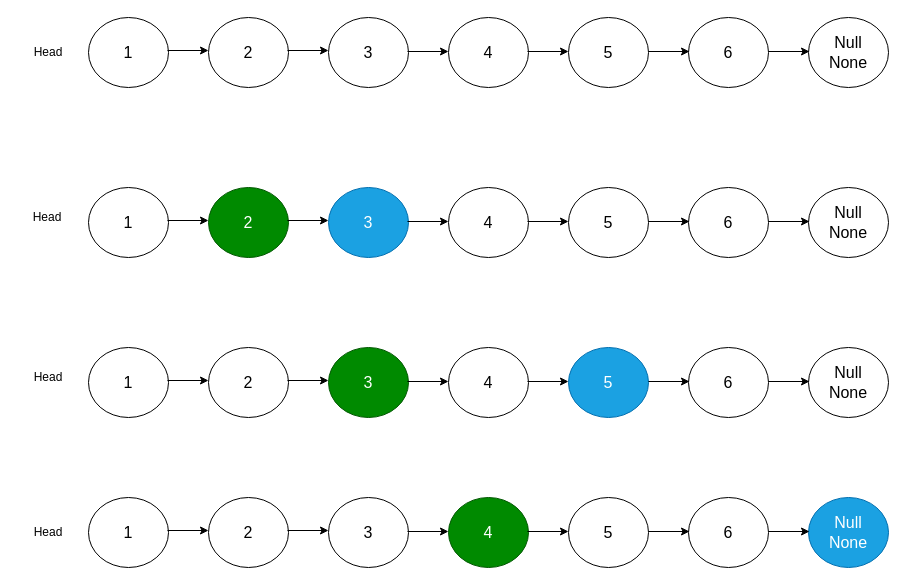
brianchiang-tw/leetcode keeps this draw.io diagram as Maximum Twin Sum of a Linked List.drawio. Above is the earlier version. Source tidied: cells renumbered, new cells numbered last; positions are measured from the earlier drawing's top-left corner, leaving out a move shared by most shapes. Both pictures are drawn from the tidied source at 100%, with x=0, y=0 at pixel (17, 17).
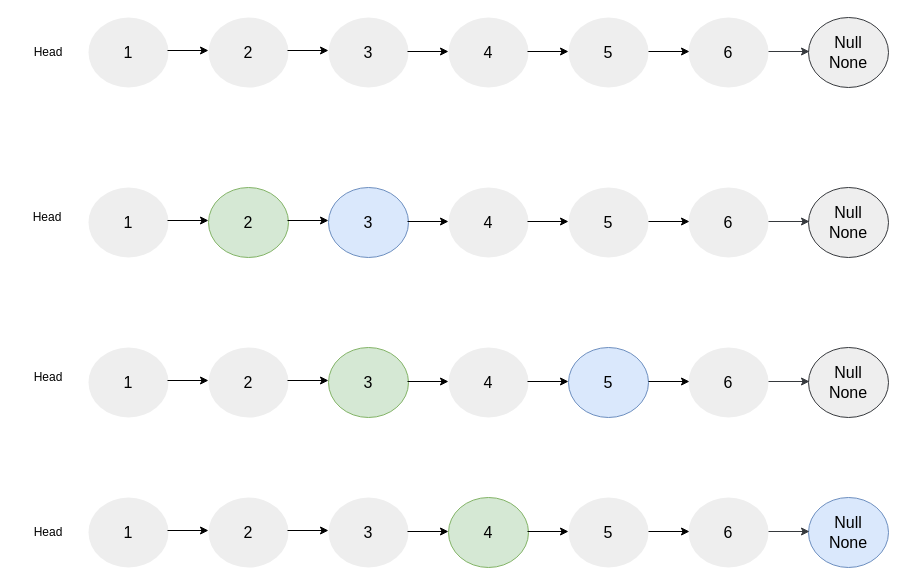
The same diagram, later.

Diff of the diagram source:
```diff
@@
-<mxGraphModel>
+<mxGraphModel background="#ffffff">
@@
-    <mxCell id="2" style="group;" parent="1" vertex="1">
+    <mxCell id="2" style="group;strokeColor=none;fillColor=none;fontColor=#000000;" parent="1" vertex="1">
       <mxGeometry x="71" y="170" width="680" height="70" as="geometry" />
     </mxCell>
-    <mxCell id="3" value="&lt;font style=&quot;font-size: 16px;&quot;&gt;1&lt;/font&gt;" style="ellipse;whiteSpace=wrap;html=1;" parent="2" vertex="1">
+    <mxCell id="3" value="&lt;font style=&quot;font-size: 16px;&quot;&gt;1&lt;/font&gt;" style="ellipse;whiteSpace=wrap;html=1;strokeColor=none;fillColor=#eeeeee;fontColor=#000000;" parent="2" vertex="1">
       <mxGeometry width="80" height="70" as="geometry" />
     </mxCell>
-    <mxCell id="4" value="2" style="ellipse;whiteSpace=wrap;html=1;fontSize=16;fillColor=#008a00;fontColor=#ffffff;strokeColor=#005700;" parent="2" vertex="1">
+    <mxCell id="4" value="&lt;font color=&quot;#000000&quot;&gt;2&lt;/font&gt;" style="ellipse;whiteSpace=wrap;html=1;fontSize=16;fillColor=#d5e8d4;strokeColor=#82b366;" parent="2" vertex="1">
       <mxGeometry x="120" width="80" height="70" as="geometry" />
     </mxCell>
-    <mxCell id="5" value="3" style="ellipse;whiteSpace=wrap;html=1;fontSize=16;fillColor=#1ba1e2;fontColor=#ffffff;strokeColor=#006EAF;" parent="2" vertex="1">
+    <mxCell id="5" value="&lt;font color=&quot;#000000&quot;&gt;3&lt;/font&gt;" style="ellipse;whiteSpace=wrap;html=1;fontSize=16;fillColor=#dae8fc;strokeColor=#6c8ebf;" parent="2" vertex="1">
       <mxGeometry x="240" width="80" height="70" as="geometry" />
     </mxCell>
-    <mxCell id="6" value="4" style="ellipse;whiteSpace=wrap;html=1;fontSize=16;" parent="2" vertex="1">
+    <mxCell id="6" value="4" style="ellipse;whiteSpace=wrap;html=1;fontSize=16;strokeColor=none;fillColor=#eeeeee;fontColor=#000000;" parent="2" vertex="1">
       <mxGeometry x="360" width="80" height="70" as="geometry" />
     </mxCell>
-    <mxCell id="7" value="5" style="ellipse;whiteSpace=wrap;html=1;fontSize=16;" parent="2" vertex="1">
+    <mxCell id="7" value="5" style="ellipse;whiteSpace=wrap;html=1;fontSize=16;strokeColor=none;fillColor=#eeeeee;fontColor=#000000;" parent="2" vertex="1">
       <mxGeometry x="480" width="80" height="70" as="geometry" />
     </mxCell>
-    <mxCell id="8" value="6" style="ellipse;whiteSpace=wrap;html=1;fontSize=16;" parent="2" vertex="1">
+    <mxCell id="8" value="6" style="ellipse;whiteSpace=wrap;html=1;fontSize=16;strokeColor=none;fillColor=#eeeeee;fontColor=#000000;" parent="2" vertex="1">
       <mxGeometry x="600" width="80" height="70" as="geometry" />
     </mxCell>
-    <mxCell id="9" style="endArrow=classic;html=1;rounded=0;" parent="2" edge="1">
+    <mxCell id="9" style="endArrow=classic;html=1;rounded=0;fontColor=#000000;strokeColor=#000000;fillColor=#eeeeee;" parent="2" edge="1">
       <mxGeometry relative="1" as="geometry">
         <mxPoint x="79" y="33" as="sourcePoint" />
         <mxPoint x="120" y="33" as="targetPoint" />
       </mxGeometry>
     </mxCell>
-    <mxCell id="10" style="endArrow=classic;html=1;rounded=0;" parent="2" edge="1">
+    <mxCell id="10" style="endArrow=classic;html=1;rounded=0;fontColor=#000000;strokeColor=#000000;fillColor=#eeeeee;" parent="2" edge="1">
       <mxGeometry relative="1" as="geometry">
         <mxPoint x="199" y="33" as="sourcePoint" />
         <mxPoint x="240" y="33" as="targetPoint" />
       </mxGeometry>
     </mxCell>
-    <mxCell id="11" style="endArrow=classic;html=1;rounded=0;" parent="2" edge="1">
+    <mxCell id="11" style="endArrow=classic;html=1;rounded=0;fontColor=#000000;strokeColor=#000000;" parent="2" edge="1">
       <mxGeometry relative="1" as="geometry">
         <mxPoint x="319" y="34" as="sourcePoint" />
         <mxPoint x="360" y="34" as="targetPoint" />
       </mxGeometry>
     </mxCell>
-    <mxCell id="12" style="endArrow=classic;html=1;rounded=0;" parent="2" edge="1">
+    <mxCell id="12" style="endArrow=classic;html=1;rounded=0;fontColor=#000000;strokeColor=#000000;" parent="2" edge="1">
       <mxGeometry relative="1" as="geometry">
         <mxPoint x="439" y="34" as="sourcePoint" />
         <mxPoint x="480" y="34" as="targetPoint" />
       </mxGeometry>
     </mxCell>
-    <mxCell id="13" style="endArrow=classic;html=1;rounded=0;" parent="2" edge="1">
+    <mxCell id="13" style="endArrow=classic;html=1;rounded=0;fontColor=#000000;strokeColor=#000000;" parent="2" edge="1">
       <mxGeometry relative="1" as="geometry">
         <mxPoint x="560" y="34" as="sourcePoint" />
         <mxPoint x="601" y="34" as="targetPoint" />
       </mxGeometry>
     </mxCell>
-    <mxCell id="14" style="group;" parent="1" vertex="1">
+    <mxCell id="14" style="group;strokeColor=none;fillColor=none;fontColor=#000000;" parent="1" vertex="1">
       <mxGeometry x="71" y="330" width="680" height="70" as="geometry" />
     </mxCell>
-    <mxCell id="15" value="&lt;font style=&quot;font-size: 16px;&quot;&gt;1&lt;/font&gt;" style="ellipse;whiteSpace=wrap;html=1;" parent="14" vertex="1">
+    <mxCell id="15" value="&lt;font style=&quot;font-size: 16px;&quot;&gt;1&lt;/font&gt;" style="ellipse;whiteSpace=wrap;html=1;strokeColor=none;fillColor=#eeeeee;fontColor=#000000;" parent="14" vertex="1">
       <mxGeometry width="80" height="70" as="geometry" />
     </mxCell>
-    <mxCell id="16" value="2" style="ellipse;whiteSpace=wrap;html=1;fontSize=16;" parent="14" vertex="1">
+    <mxCell id="16" value="2" style="ellipse;whiteSpace=wrap;html=1;fontSize=16;strokeColor=none;fillColor=#eeeeee;fontColor=#000000;" parent="14" vertex="1">
       <mxGeometry x="120" width="80" height="70" as="geometry" />
     </mxCell>
-    <mxCell id="17" value="3" style="ellipse;whiteSpace=wrap;html=1;fontSize=16;fillColor=#008a00;fontColor=#ffffff;strokeColor=#005700;" parent="14" vertex="1">
+    <mxCell id="17" value="&lt;font color=&quot;#000000&quot;&gt;3&lt;/font&gt;" style="ellipse;whiteSpace=wrap;html=1;fontSize=16;fillColor=#d5e8d4;strokeColor=#82b366;" parent="14" vertex="1">
       <mxGeometry x="240" width="80" height="70" as="geometry" />
     </mxCell>
-    <mxCell id="18" value="4" style="ellipse;whiteSpace=wrap;html=1;fontSize=16;" parent="14" vertex="1">
+    <mxCell id="18" value="4" style="ellipse;whiteSpace=wrap;html=1;fontSize=16;strokeColor=none;fillColor=#eeeeee;fontColor=#000000;" parent="14" vertex="1">
       <mxGeometry x="360" width="80" height="70" as="geometry" />
     </mxCell>
-    <mxCell id="19" value="5" style="ellipse;whiteSpace=wrap;html=1;fontSize=16;fillColor=#1ba1e2;fontColor=#ffffff;strokeColor=#006EAF;" parent="14" vertex="1">
+    <mxCell id="19" value="&lt;font color=&quot;#000000&quot;&gt;5&lt;/font&gt;" style="ellipse;whiteSpace=wrap;html=1;fontSize=16;fillColor=#dae8fc;strokeColor=#6c8ebf;" parent="14" vertex="1">
       <mxGeometry x="480" width="80" height="70" as="geometry" />
     </mxCell>
-    <mxCell id="20" value="6" style="ellipse;whiteSpace=wrap;html=1;fontSize=16;" parent="14" vertex="1">
+    <mxCell id="20" value="6" style="ellipse;whiteSpace=wrap;html=1;fontSize=16;strokeColor=none;fillColor=#eeeeee;fontColor=#000000;" parent="14" vertex="1">
       <mxGeometry x="600" width="80" height="70" as="geometry" />
     </mxCell>
-    <mxCell id="21" style="endArrow=classic;html=1;rounded=0;" parent="14" edge="1">
+    <mxCell id="21" style="endArrow=classic;html=1;rounded=0;fontColor=#000000;strokeColor=#000000;fillColor=#eeeeee;" parent="14" edge="1">
       <mxGeometry relative="1" as="geometry">
         <mxPoint x="79" y="33" as="sourcePoint" />
         <mxPoint x="120" y="33" as="targetPoint" />
       </mxGeometry>
     </mxCell>
-    <mxCell id="22" style="endArrow=classic;html=1;rounded=0;" parent="14" edge="1">
+    <mxCell id="22" style="endArrow=classic;html=1;rounded=0;fontColor=#000000;strokeColor=#000000;fillColor=#eeeeee;" parent="14" edge="1">
       <mxGeometry relative="1" as="geometry">
         <mxPoint x="199" y="33" as="sourcePoint" />
         <mxPoint x="240" y="33" as="targetPoint" />
       </mxGeometry>
     </mxCell>
-    <mxCell id="23" style="endArrow=classic;html=1;rounded=0;" parent="14" edge="1">
+    <mxCell id="23" style="endArrow=classic;html=1;rounded=0;fontColor=#000000;strokeColor=#000000;" parent="14" edge="1">
       <mxGeometry relative="1" as="geometry">
         <mxPoint x="319" y="34" as="sourcePoint" />
         <mxPoint x="360" y="34" as="targetPoint" />
       </mxGeometry>
     </mxCell>
-    <mxCell id="24" style="endArrow=classic;html=1;rounded=0;" parent="14" edge="1">
+    <mxCell id="24" style="endArrow=classic;html=1;rounded=0;fontColor=#000000;strokeColor=#000000;" parent="14" edge="1">
       <mxGeometry relative="1" as="geometry">
         <mxPoint x="439" y="34" as="sourcePoint" />
         <mxPoint x="480" y="34" as="targetPoint" />
       </mxGeometry>
     </mxCell>
-    <mxCell id="25" style="endArrow=classic;html=1;rounded=0;" parent="14" edge="1">
+    <mxCell id="25" style="endArrow=classic;html=1;rounded=0;fontColor=#000000;strokeColor=#000000;" parent="14" edge="1">
       <mxGeometry relative="1" as="geometry">
         <mxPoint x="560" y="34" as="sourcePoint" />
         <mxPoint x="601" y="34" as="targetPoint" />
       </mxGeometry>
     </mxCell>
-    <mxCell id="26" style="group;" parent="1" vertex="1">
+    <mxCell id="26" style="group;strokeColor=none;fillColor=none;fontColor=#000000;" parent="1" vertex="1">
       <mxGeometry x="71" width="680" height="70" as="geometry" />
     </mxCell>
-    <mxCell id="27" value="&lt;font style=&quot;font-size: 16px;&quot;&gt;1&lt;/font&gt;" style="ellipse;whiteSpace=wrap;html=1;" parent="26" vertex="1">
+    <mxCell id="27" value="&lt;font style=&quot;font-size: 16px;&quot;&gt;1&lt;/font&gt;" style="ellipse;whiteSpace=wrap;html=1;strokeColor=none;fillColor=#eeeeee;fontColor=#000000;" parent="26" vertex="1">
       <mxGeometry width="80" height="70" as="geometry" />
     </mxCell>
-    <mxCell id="28" value="2" style="ellipse;whiteSpace=wrap;html=1;fontSize=16;" parent="26" vertex="1">
+    <mxCell id="28" value="2" style="ellipse;whiteSpace=wrap;html=1;fontSize=16;strokeColor=none;fillColor=#eeeeee;fontColor=#000000;" parent="26" vertex="1">
       <mxGeometry x="120" width="80" height="70" as="geometry" />
     </mxCell>
-    <mxCell id="29" value="3" style="ellipse;whiteSpace=wrap;html=1;fontSize=16;" parent="26" vertex="1">
+    <mxCell id="29" value="3" style="ellipse;whiteSpace=wrap;html=1;fontSize=16;strokeColor=none;fillColor=#eeeeee;fontColor=#000000;" parent="26" vertex="1">
       <mxGeometry x="240" width="80" height="70" as="geometry" />
     </mxCell>
-    <mxCell id="30" value="4" style="ellipse;whiteSpace=wrap;html=1;fontSize=16;" parent="26" vertex="1">
+    <mxCell id="30" value="4" style="ellipse;whiteSpace=wrap;html=1;fontSize=16;strokeColor=none;fillColor=#eeeeee;fontColor=#000000;" parent="26" vertex="1">
       <mxGeometry x="360" width="80" height="70" as="geometry" />
     </mxCell>
-    <mxCell id="31" value="5" style="ellipse;whiteSpace=wrap;html=1;fontSize=16;" parent="26" vertex="1">
+    <mxCell id="31" value="5" style="ellipse;whiteSpace=wrap;html=1;fontSize=16;strokeColor=none;fillColor=#eeeeee;fontColor=#000000;" parent="26" vertex="1">
       <mxGeometry x="480" width="80" height="70" as="geometry" />
     </mxCell>
-    <mxCell id="32" value="6" style="ellipse;whiteSpace=wrap;html=1;fontSize=16;" parent="26" vertex="1">
+    <mxCell id="32" value="6" style="ellipse;whiteSpace=wrap;html=1;fontSize=16;strokeColor=none;fillColor=#eeeeee;fontColor=#000000;" parent="26" vertex="1">
       <mxGeometry x="600" width="80" height="70" as="geometry" />
     </mxCell>
-    <mxCell id="33" style="endArrow=classic;html=1;rounded=0;" parent="26" edge="1">
+    <mxCell id="33" style="endArrow=classic;html=1;rounded=0;fontColor=#000000;strokeColor=#000000;fillColor=#eeeeee;" parent="26" edge="1">
       <mxGeometry relative="1" as="geometry">
         <mxPoint x="79" y="33" as="sourcePoint" />
         <mxPoint x="120" y="33" as="targetPoint" />
       </mxGeometry>
     </mxCell>
-    <mxCell id="34" style="endArrow=classic;html=1;rounded=0;" parent="26" edge="1">
+    <mxCell id="34" style="endArrow=classic;html=1;rounded=0;fontColor=#000000;strokeColor=#000000;fillColor=#eeeeee;" parent="26" edge="1">
       <mxGeometry relative="1" as="geometry">
         <mxPoint x="199" y="33" as="sourcePoint" />
         <mxPoint x="240" y="33" as="targetPoint" />
       </mxGeometry>
     </mxCell>
-    <mxCell id="35" style="endArrow=classic;html=1;rounded=0;" parent="26" edge="1">
+    <mxCell id="35" style="endArrow=classic;html=1;rounded=0;fontColor=#000000;strokeColor=#000000;" parent="26" edge="1">
       <mxGeometry relative="1" as="geometry">
         <mxPoint x="319" y="34" as="sourcePoint" />
         <mxPoint x="360" y="34" as="targetPoint" />
       </mxGeometry>
     </mxCell>
-    <mxCell id="36" style="endArrow=classic;html=1;rounded=0;" parent="26" edge="1">
+    <mxCell id="36" style="endArrow=classic;html=1;rounded=0;fontColor=#000000;strokeColor=#000000;" parent="26" edge="1">
       <mxGeometry relative="1" as="geometry">
         <mxPoint x="439" y="34" as="sourcePoint" />
         <mxPoint x="480" y="34" as="targetPoint" />
       </mxGeometry>
     </mxCell>
-    <mxCell id="37" style="endArrow=classic;html=1;rounded=0;" parent="26" edge="1">
+    <mxCell id="37" style="endArrow=classic;html=1;rounded=0;fontColor=#000000;strokeColor=#000000;" parent="26" edge="1">
       <mxGeometry relative="1" as="geometry">
         <mxPoint x="560" y="34" as="sourcePoint" />
         <mxPoint x="601" y="34" as="targetPoint" />
       </mxGeometry>
     </mxCell>
-    <mxCell id="38" style="group;" parent="1" vertex="1">
+    <mxCell id="38" style="group;strokeColor=none;fillColor=none;fontColor=#000000;" parent="1" vertex="1">
       <mxGeometry x="71" y="480" width="680" height="70" as="geometry" />
     </mxCell>
-    <mxCell id="39" value="&lt;font style=&quot;font-size: 16px;&quot;&gt;1&lt;/font&gt;" style="ellipse;whiteSpace=wrap;html=1;" parent="38" vertex="1">
+    <mxCell id="39" value="&lt;font style=&quot;font-size: 16px;&quot;&gt;1&lt;/font&gt;" style="ellipse;whiteSpace=wrap;html=1;strokeColor=none;fillColor=#eeeeee;fontColor=#000000;" parent="38" vertex="1">
       <mxGeometry width="80" height="70" as="geometry" />
     </mxCell>
-    <mxCell id="40" value="2" style="ellipse;whiteSpace=wrap;html=1;fontSize=16;" parent="38" vertex="1">
+    <mxCell id="40" value="2" style="ellipse;whiteSpace=wrap;html=1;fontSize=16;strokeColor=none;fillColor=#eeeeee;fontColor=#000000;" parent="38" vertex="1">
       <mxGeometry x="120" width="80" height="70" as="geometry" />
     </mxCell>
-    <mxCell id="41" value="3" style="ellipse;whiteSpace=wrap;html=1;fontSize=16;" parent="38" vertex="1">
+    <mxCell id="41" value="3" style="ellipse;whiteSpace=wrap;html=1;fontSize=16;strokeColor=none;fillColor=#eeeeee;fontColor=#000000;" parent="38" vertex="1">
       <mxGeometry x="240" width="80" height="70" as="geometry" />
     </mxCell>
-    <mxCell id="42" value="4" style="ellipse;whiteSpace=wrap;html=1;fontSize=16;fillColor=#008a00;fontColor=#ffffff;strokeColor=#005700;" parent="38" vertex="1">
+    <mxCell id="42" value="&lt;font color=&quot;#000000&quot;&gt;4&lt;/font&gt;" style="ellipse;whiteSpace=wrap;html=1;fontSize=16;fillColor=#d5e8d4;strokeColor=#82b366;" parent="38" vertex="1">
       <mxGeometry x="360" width="80" height="70" as="geometry" />
     </mxCell>
-    <mxCell id="43" value="5" style="ellipse;whiteSpace=wrap;html=1;fontSize=16;" parent="38" vertex="1">
+    <mxCell id="43" value="5" style="ellipse;whiteSpace=wrap;html=1;fontSize=16;strokeColor=none;fillColor=#eeeeee;fontColor=#000000;" parent="38" vertex="1">
       <mxGeometry x="480" width="80" height="70" as="geometry" />
     </mxCell>
-    <mxCell id="44" value="6" style="ellipse;whiteSpace=wrap;html=1;fontSize=16;" parent="38" vertex="1">
+    <mxCell id="44" value="6" style="ellipse;whiteSpace=wrap;html=1;fontSize=16;strokeColor=none;fillColor=#eeeeee;fontColor=#000000;" parent="38" vertex="1">
       <mxGeometry x="600" width="80" height="70" as="geometry" />
     </mxCell>
-    <mxCell id="45" style="endArrow=classic;html=1;rounded=0;" parent="38" edge="1">
+    <mxCell id="45" style="endArrow=classic;html=1;rounded=0;fontColor=#000000;strokeColor=#000000;fillColor=#eeeeee;" parent="38" edge="1">
       <mxGeometry relative="1" as="geometry">
         <mxPoint x="79" y="33" as="sourcePoint" />
         <mxPoint x="120" y="33" as="targetPoint" />
       </mxGeometry>
     </mxCell>
-    <mxCell id="46" style="endArrow=classic;html=1;rounded=0;" parent="38" edge="1">
+    <mxCell id="46" style="endArrow=classic;html=1;rounded=0;fontColor=#000000;strokeColor=#000000;fillColor=#eeeeee;" parent="38" edge="1">
       <mxGeometry relative="1" as="geometry">
         <mxPoint x="199" y="33" as="sourcePoint" />
         <mxPoint x="240" y="33" as="targetPoint" />
       </mxGeometry>
     </mxCell>
-    <mxCell id="47" style="endArrow=classic;html=1;rounded=0;" parent="38" edge="1">
+    <mxCell id="47" style="endArrow=classic;html=1;rounded=0;fontColor=#000000;strokeColor=#000000;" parent="38" edge="1">
       <mxGeometry relative="1" as="geometry">
         <mxPoint x="319" y="34" as="sourcePoint" />
         <mxPoint x="360" y="34" as="targetPoint" />
       </mxGeometry>
     </mxCell>
-    <mxCell id="48" style="endArrow=classic;html=1;rounded=0;" parent="38" edge="1">
+    <mxCell id="48" style="endArrow=classic;html=1;rounded=0;fontColor=#000000;strokeColor=#000000;" parent="38" edge="1">
       <mxGeometry relative="1" as="geometry">
         <mxPoint x="439" y="34" as="sourcePoint" />
         <mxPoint x="480" y="34" as="targetPoint" />
       </mxGeometry>
     </mxCell>
-    <mxCell id="49" style="endArrow=classic;html=1;rounded=0;" parent="38" edge="1">
+    <mxCell id="49" style="endArrow=classic;html=1;rounded=0;fontColor=#000000;strokeColor=#000000;" parent="38" edge="1">
       <mxGeometry relative="1" as="geometry">
         <mxPoint x="560" y="34" as="sourcePoint" />
         <mxPoint x="601" y="34" as="targetPoint" />
       </mxGeometry>
     </mxCell>
-    <mxCell id="50" value="Head" style="text;html=1;strokeColor=none;fillColor=none;align=center;verticalAlign=middle;whiteSpace=wrap;rounded=0;" parent="1" vertex="1">
+    <mxCell id="50" value="Head" style="text;html=1;strokeColor=none;fillColor=none;align=center;verticalAlign=middle;whiteSpace=wrap;rounded=0;fontColor=#000000;" parent="1" vertex="1">
       <mxGeometry x="1" y="20" width="60" height="30" as="geometry" />
     </mxCell>
-    <mxCell id="51" value="Head" style="text;html=1;strokeColor=none;fillColor=none;align=center;verticalAlign=middle;whiteSpace=wrap;rounded=0;" parent="1" vertex="1">
+    <mxCell id="51" value="Head" style="text;html=1;strokeColor=none;fillColor=none;align=center;verticalAlign=middle;whiteSpace=wrap;rounded=0;fontColor=#000000;" parent="1" vertex="1">
       <mxGeometry y="185" width="60" height="30" as="geometry" />
     </mxCell>
-    <mxCell id="52" value="Head" style="text;html=1;strokeColor=none;fillColor=none;align=center;verticalAlign=middle;whiteSpace=wrap;rounded=0;" parent="1" vertex="1">
+    <mxCell id="52" value="Head" style="text;html=1;strokeColor=none;fillColor=none;align=center;verticalAlign=middle;whiteSpace=wrap;rounded=0;fontColor=#000000;" parent="1" vertex="1">
       <mxGeometry x="1" y="345" width="60" height="30" as="geometry" />
     </mxCell>
-    <mxCell id="53" value="Head" style="text;html=1;strokeColor=none;fillColor=none;align=center;verticalAlign=middle;whiteSpace=wrap;rounded=0;" parent="1" vertex="1">
+    <mxCell id="53" value="Head" style="text;html=1;strokeColor=none;fillColor=none;align=center;verticalAlign=middle;whiteSpace=wrap;rounded=0;fontColor=#000000;" parent="1" vertex="1">
       <mxGeometry x="1" y="500" width="60" height="30" as="geometry" />
     </mxCell>
-    <mxCell id="54" value="Null&lt;br&gt;None" style="ellipse;whiteSpace=wrap;html=1;fontSize=16;fillColor=#1ba1e2;fontColor=#ffffff;strokeColor=#006EAF;" parent="1" vertex="1">
+    <mxCell id="54" value="&lt;font color=&quot;#000000&quot;&gt;Null&lt;br&gt;None&lt;/font&gt;" style="ellipse;whiteSpace=wrap;html=1;fontSize=16;fillColor=#dae8fc;strokeColor=#6c8ebf;" parent="1" vertex="1">
       <mxGeometry x="791" y="480" width="80" height="70" as="geometry" />
     </mxCell>
-    <mxCell id="55" style="endArrow=classic;html=1;rounded=0;" parent="1" edge="1">
+    <mxCell id="55" style="endArrow=classic;html=1;rounded=0;fontColor=#000000;strokeColor=#36393d;fillColor=#eeeeee;" parent="1" edge="1">
       <mxGeometry relative="1" as="geometry">
         <mxPoint x="751" y="514" as="sourcePoint" />
         <mxPoint x="792" y="514" as="targetPoint" />
       </mxGeometry>
     </mxCell>
-    <mxCell id="56" value="Null&lt;br&gt;None" style="ellipse;whiteSpace=wrap;html=1;fontSize=16;" parent="1" vertex="1">
+    <mxCell id="56" value="Null&lt;br&gt;None" style="ellipse;whiteSpace=wrap;html=1;fontSize=16;strokeColor=#36393d;fillColor=#eeeeee;fontColor=#000000;" parent="1" vertex="1">
       <mxGeometry x="791" y="330" width="80" height="70" as="geometry" />
     </mxCell>
-    <mxCell id="57" style="endArrow=classic;html=1;rounded=0;" parent="1" edge="1">
+    <mxCell id="57" style="endArrow=classic;html=1;rounded=0;fontColor=#000000;strokeColor=#36393d;fillColor=#eeeeee;" parent="1" edge="1">
       <mxGeometry relative="1" as="geometry">
         <mxPoint x="751" y="364" as="sourcePoint" />
         <mxPoint x="792" y="364" as="targetPoint" />
       </mxGeometry>
     </mxCell>
-    <mxCell id="58" value="Null&lt;br&gt;None" style="ellipse;whiteSpace=wrap;html=1;fontSize=16;" parent="1" vertex="1">
+    <mxCell id="58" value="Null&lt;br&gt;None" style="ellipse;whiteSpace=wrap;html=1;fontSize=16;strokeColor=#36393d;fillColor=#eeeeee;fontColor=#000000;" parent="1" vertex="1">
       <mxGeometry x="791" y="170" width="80" height="70" as="geometry" />
     </mxCell>
-    <mxCell id="59" style="endArrow=classic;html=1;rounded=0;" parent="1" edge="1">
+    <mxCell id="59" style="endArrow=classic;html=1;rounded=0;fontColor=#000000;strokeColor=#36393d;fillColor=#eeeeee;" parent="1" edge="1">
       <mxGeometry relative="1" as="geometry">
         <mxPoint x="751" y="204" as="sourcePoint" />
         <mxPoint x="792" y="204" as="targetPoint" />
       </mxGeometry>
     </mxCell>
-    <mxCell id="60" value="Null&lt;br&gt;None" style="ellipse;whiteSpace=wrap;html=1;fontSize=16;" parent="1" vertex="1">
+    <mxCell id="60" value="Null&lt;br&gt;None" style="ellipse;whiteSpace=wrap;html=1;fontSize=16;strokeColor=#36393d;fillColor=#eeeeee;fontColor=#000000;" parent="1" vertex="1">
       <mxGeometry x="791" width="80" height="70" as="geometry" />
     </mxCell>
-    <mxCell id="61" style="endArrow=classic;html=1;rounded=0;" parent="1" edge="1">
+    <mxCell id="61" style="endArrow=classic;html=1;rounded=0;fontColor=#000000;strokeColor=#36393d;fillColor=#eeeeee;" parent="1" edge="1">
       <mxGeometry relative="1" as="geometry">
         <mxPoint x="751" y="34" as="sourcePoint" />
         <mxPoint x="792" y="34" as="targetPoint" />
       </mxGeometry>
     </mxCell>
```
